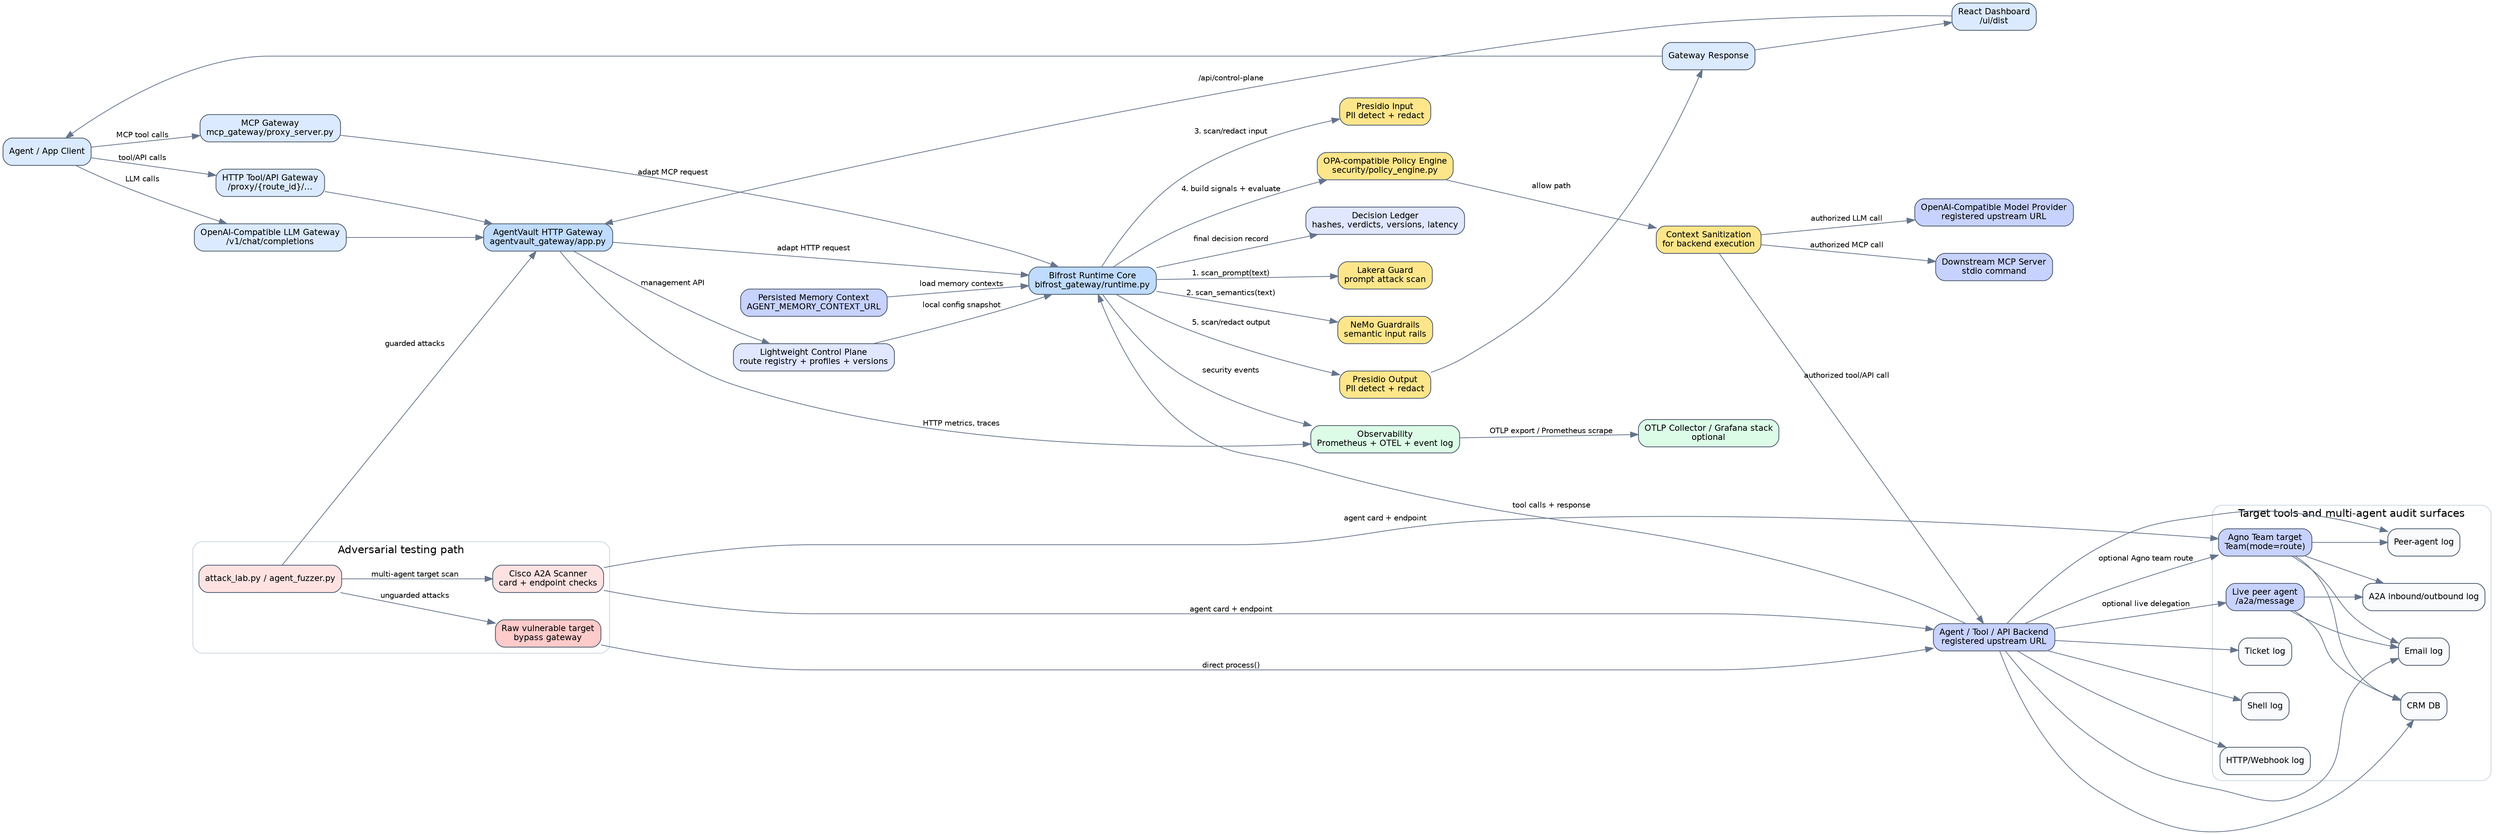
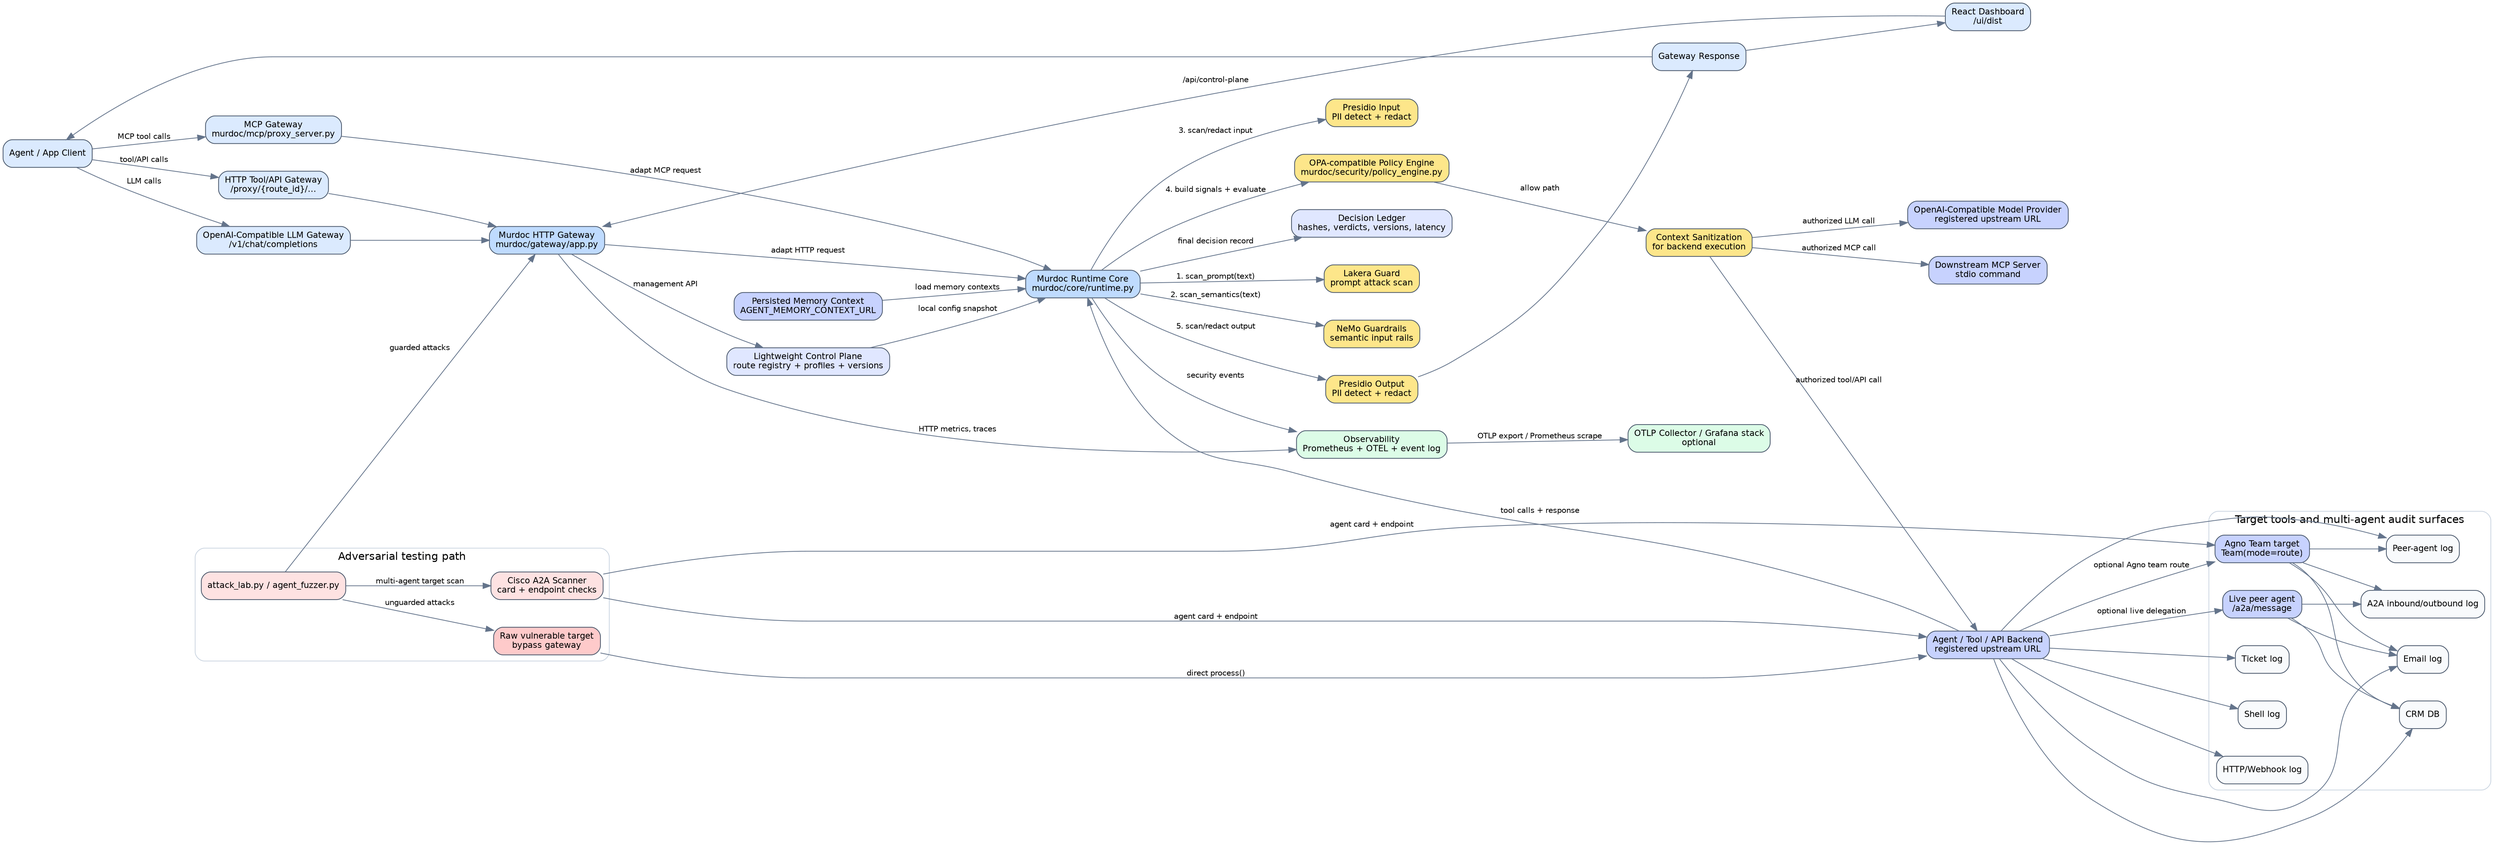
- digraph AgentVaultFlow {
+ digraph MurdocFlow {
  rankdir=LR;
  splines=true;
  nodesep=0.5;
  ranksep=0.9;
  fontname="Helvetica";
  node [shape=box, style="rounded,filled", fontname="Helvetica", fontsize=11, fillcolor="#f8fafc", color="#475569"];
  edge [fontname="Helvetica", fontsize=10, color="#64748b"];

  user [label="Agent / App Client", fillcolor="#dbeafe"];
  dashboard [label="React Dashboard\n/ui/dist", fillcolor="#dbeafe"];
-   gateway [label="AgentVault HTTP Gateway\nagentvault_gateway/app.py", fillcolor="#bfdbfe"];
+   gateway [label="Murdoc HTTP Gateway\nmurdoc/gateway/app.py", fillcolor="#bfdbfe"];
  openai [label="OpenAI-Compatible LLM Gateway\n/v1/chat/completions", fillcolor="#dbeafe"];
  httpproxy [label="HTTP Tool/API Gateway\n/proxy/{route_id}/...", fillcolor="#dbeafe"];
-   mcp [label="MCP Gateway\nmcp_gateway/proxy_server.py", fillcolor="#dbeafe"];
-   bifrost [label="Bifrost Runtime Core\nbifrost_gateway/runtime.py", fillcolor="#bfdbfe"];
+   mcp [label="MCP Gateway\nmurdoc/mcp/proxy_server.py", fillcolor="#dbeafe"];
+   runtime [label="Murdoc Runtime Core\nmurdoc/core/runtime.py", fillcolor="#bfdbfe"];
  control [label="Lightweight Control Plane\nroute registry + profiles + versions", fillcolor="#e0e7ff"];
  ledger [label="Decision Ledger\nhashes, verdicts, versions, latency", fillcolor="#e0e7ff"];

  lakera [label="Lakera Guard\nprompt attack scan", fillcolor="#fde68a"];
  nemo [label="NeMo Guardrails\nsemantic input rails", fillcolor="#fde68a"];
  presidio_in [label="Presidio Input\nPII detect + redact", fillcolor="#fde68a"];
-   policy [label="OPA-compatible Policy Engine\nsecurity/policy_engine.py", fillcolor="#fde68a"];
+   policy [label="OPA-compatible Policy Engine\nmurdoc/security/policy_engine.py", fillcolor="#fde68a"];
  sanitize [label="Context Sanitization\nfor backend execution", fillcolor="#fde68a"];
  backend [label="Agent / Tool / API Backend\nregistered upstream URL", fillcolor="#c7d2fe"];
  model [label="OpenAI-Compatible Model Provider\nregistered upstream URL", fillcolor="#c7d2fe"];
  mcpdownstream [label="Downstream MCP Server\nstdio command", fillcolor="#c7d2fe"];
  memory [label="Persisted Memory Context\nAGENT_MEMORY_CONTEXT_URL", fillcolor="#c7d2fe"];
  presidio_out [label="Presidio Output\nPII detect + redact", fillcolor="#fde68a"];
  response [label="Gateway Response", fillcolor="#dbeafe"];

  observability [label="Observability\nPrometheus + OTEL + event log", fillcolor="#dcfce7"];
  otel [label="OTLP Collector / Grafana stack\noptional", fillcolor="#dcfce7"];

  subgraph cluster_tools {
    label="Target tools and multi-agent audit surfaces";
    color="#cbd5e1";
    style="rounded";
    crm [label="CRM DB"];
    email [label="Email log"];
    tickets [label="Ticket log"];
    shell [label="Shell log"];
    http [label="HTTP/Webhook log"];
    peer [label="Peer-agent log"];
    a2a [label="A2A inbound/outbound log"];
    peeragent [label="Live peer agent\n/a2a/message", fillcolor="#c7d2fe"];
    agnoteam [label="Agno Team target\nTeam(mode=route)", fillcolor="#c7d2fe"];
  }

  subgraph cluster_testing {
    label="Adversarial testing path";
    color="#cbd5e1";
    style="rounded";
    fuzz [label="attack_lab.py / agent_fuzzer.py", fillcolor="#fee2e2"];
    raw [label="Raw vulnerable target\nbypass gateway", fillcolor="#fecaca"];
    cisco [label="Cisco A2A Scanner\ncard + endpoint checks", fillcolor="#fee2e2"];
  }

  dashboard -> gateway [label="/api/control-plane"];
  user -> openai [label="LLM calls"];
  user -> httpproxy [label="tool/API calls"];
  user -> mcp [label="MCP tool calls"];
  openai -> gateway;
  httpproxy -> gateway;
-   mcp -> bifrost [label="adapt MCP request"];
-   gateway -> bifrost [label="adapt HTTP request"];
+   mcp -> runtime [label="adapt MCP request"];
+   gateway -> runtime [label="adapt HTTP request"];
  gateway -> control [label="management API"];
-   control -> bifrost [label="local config snapshot"];
-   memory -> bifrost [label="load memory contexts"];
-   bifrost -> lakera [label="1. scan_prompt(text)"];
-   bifrost -> nemo [label="2. scan_semantics(text)"];
-   bifrost -> presidio_in [label="3. scan/redact input"];
-   bifrost -> policy [label="4. build signals + evaluate"];
+   control -> runtime [label="local config snapshot"];
+   memory -> runtime [label="load memory contexts"];
+   runtime -> lakera [label="1. scan_prompt(text)"];
+   runtime -> nemo [label="2. scan_semantics(text)"];
+   runtime -> presidio_in [label="3. scan/redact input"];
+   runtime -> policy [label="4. build signals + evaluate"];
  policy -> sanitize [label="allow path"];
  sanitize -> backend [label="authorized tool/API call"];
  sanitize -> model [label="authorized LLM call"];
  sanitize -> mcpdownstream [label="authorized MCP call"];
  backend -> crm;
  backend -> email;
  backend -> tickets;
  backend -> shell;
  backend -> http;
  backend -> peer;
  backend -> peeragent [label="optional live delegation"];
  backend -> agnoteam [label="optional Agno team route"];
  peeragent -> a2a;
  peeragent -> crm;
  peeragent -> email;
  agnoteam -> peer;
  agnoteam -> a2a;
  agnoteam -> crm;
  agnoteam -> email;
-   backend -> bifrost [label="tool calls + response"];
-   bifrost -> presidio_out [label="5. scan/redact output"];
+   backend -> runtime [label="tool calls + response"];
+   runtime -> presidio_out [label="5. scan/redact output"];
  presidio_out -> response;
  response -> user;
  response -> dashboard;

-   bifrost -> observability [label="security events"];
-   bifrost -> ledger [label="final decision record"];
+   runtime -> observability [label="security events"];
+   runtime -> ledger [label="final decision record"];
  gateway -> observability [label="HTTP metrics, traces"];
  observability -> otel [label="OTLP export / Prometheus scrape"];

  fuzz -> gateway [label="guarded attacks"];
  fuzz -> raw [label="unguarded attacks"];
  fuzz -> cisco [label="multi-agent target scan"];
  cisco -> backend [label="agent card + endpoint"];
  cisco -> agnoteam [label="agent card + endpoint"];
  raw -> backend [label="direct process()"];
}
